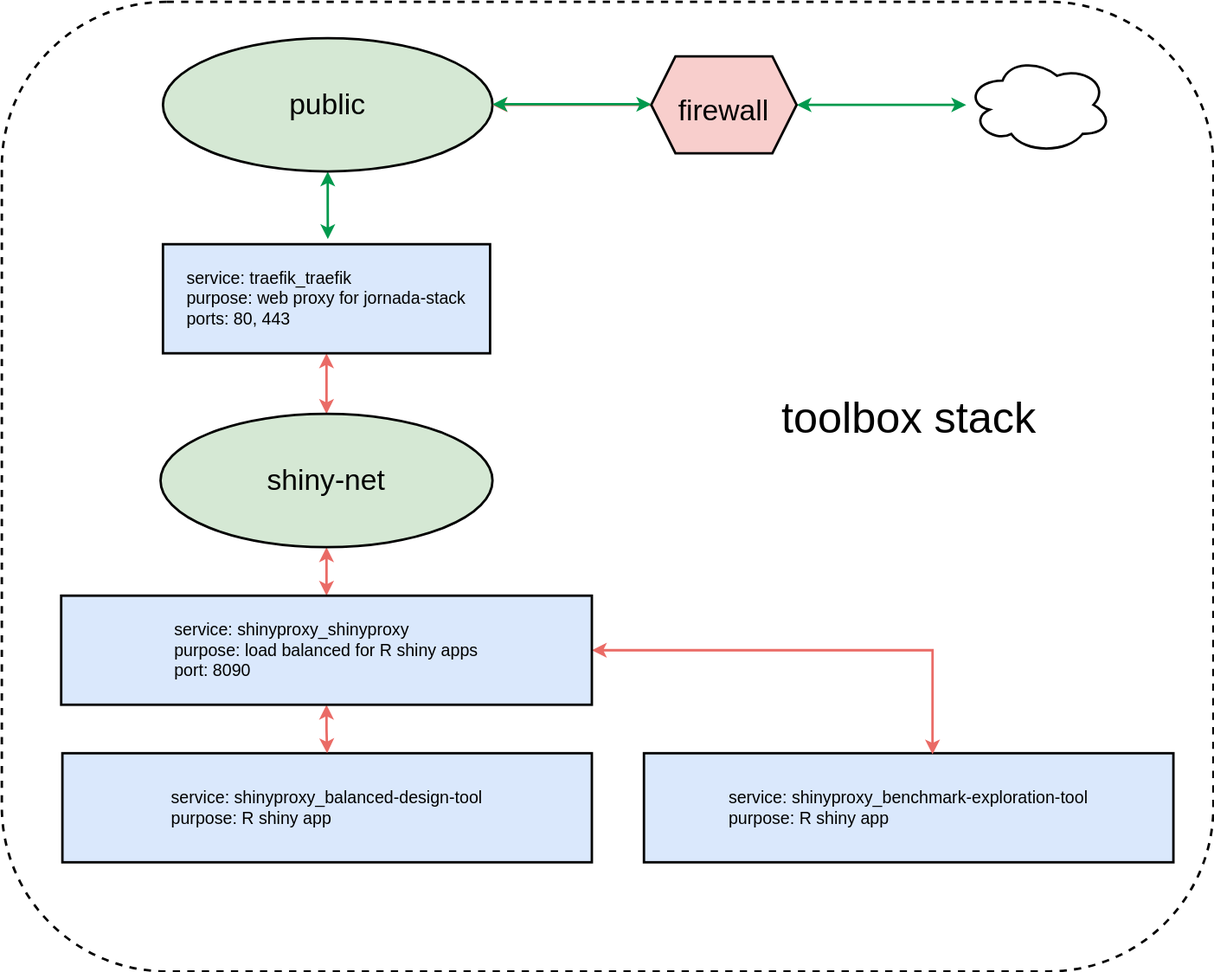
JornadaExperimentalRange/sp-toolbox keeps this draw.io diagram as stack-toolbox.svg. Above is the earlier version. Source tidied: cells renumbered, new cells last; positions are measured from the earlier drawing's top-left corner, leaving out a move shared by most shapes.
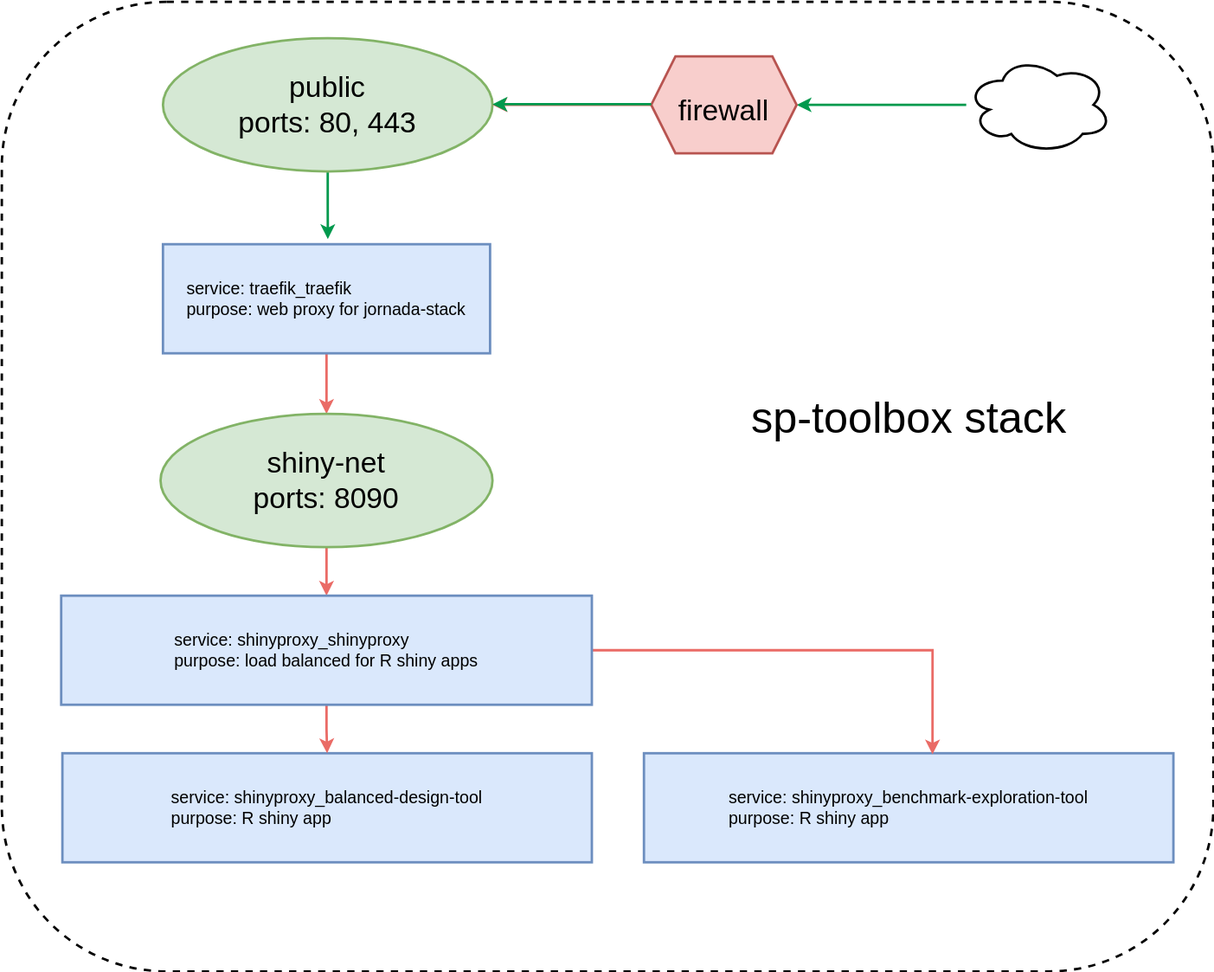
The same diagram one commit later.

Diff of the diagram source:
```diff
@@ -5,43 +5,43 @@
     <mxCell id="2" style="rounded=1;whiteSpace=wrap;html=1;fontSize=24;dashed=1;strokeWidth=2;fillColor=none;arcSize=17;" parent="1" vertex="1">
       <mxGeometry width="1000" height="800" as="geometry" />
     </mxCell>
-    <mxCell id="3" value="&lt;font style=&quot;font-size: 36px;&quot;&gt;toolbox stack&lt;/font&gt;" style="text;html=1;strokeColor=none;fillColor=none;align=center;verticalAlign=middle;whiteSpace=wrap;rounded=0;" parent="1" vertex="1">
+    <mxCell id="3" value="&lt;font style=&quot;font-size: 36px;&quot;&gt;sp-toolbox stack&lt;/font&gt;" style="text;html=1;strokeColor=none;fillColor=none;align=center;verticalAlign=middle;whiteSpace=wrap;rounded=0;" parent="1" vertex="1">
       <mxGeometry x="613.5" y="328" width="270" height="30" as="geometry" />
     </mxCell>
-    <mxCell id="4" style="edgeStyle=orthogonalEdgeStyle;rounded=0;jettySize=auto;html=1;entryX=0.504;entryY=-0.047;entryDx=0;entryDy=0;entryPerimeter=0;fontSize=14;strokeColor=#00994D;strokeWidth=2;startArrow=classic;startFill=1;" parent="1" edge="1" source="5" target="7">
+    <mxCell id="4" style="edgeStyle=orthogonalEdgeStyle;rounded=0;jettySize=auto;html=1;entryX=0.504;entryY=-0.047;entryDx=0;entryDy=0;entryPerimeter=0;fontSize=14;strokeColor=#00994D;strokeWidth=2;" parent="1" edge="1" source="5" target="7">
       <mxGeometry relative="1" as="geometry" />
     </mxCell>
-    <mxCell id="5" value="public" style="ellipse;whiteSpace=wrap;html=1;fontSize=24;fillColor=#d5e8d4;strokeColor=#000000;strokeWidth=2;" parent="1" vertex="1">
+    <mxCell id="5" value="public&lt;br&gt;ports: 80, 443" style="ellipse;whiteSpace=wrap;html=1;fontSize=24;fillColor=#d5e8d4;strokeColor=#82b366;strokeWidth=2;" parent="1" vertex="1">
       <mxGeometry x="133" y="30" width="272" height="110" as="geometry" />
     </mxCell>
-    <mxCell id="6" style="edgeStyle=orthogonalEdgeStyle;rounded=0;jettySize=auto;html=1;strokeColor=#EA6B66;strokeWidth=2;startArrow=classic;startFill=1;" parent="1" edge="1" source="7" target="9">
+    <mxCell id="6" style="edgeStyle=orthogonalEdgeStyle;rounded=0;jettySize=auto;html=1;strokeColor=#EA6B66;strokeWidth=2;" parent="1" edge="1" source="7" target="9">
       <mxGeometry relative="1" as="geometry" />
     </mxCell>
-    <mxCell id="7" value="&lt;div style=&quot;text-align: left;&quot;&gt;&lt;span style=&quot;background-color: initial;&quot;&gt;service: traefik_traefik&lt;/span&gt;&lt;/div&gt;&lt;div style=&quot;text-align: left;&quot;&gt;&lt;span style=&quot;background-color: initial;&quot;&gt;purpose:&amp;nbsp;&lt;/span&gt;&lt;span style=&quot;background-color: initial;&quot;&gt;web proxy for jornada-stack&lt;/span&gt;&lt;/div&gt;&lt;div style=&quot;text-align: left;&quot;&gt;&lt;span style=&quot;background-color: initial;&quot;&gt;ports: 80, 443&lt;/span&gt;&lt;/div&gt;" style="rounded=0;whiteSpace=wrap;html=1;fontSize=14;strokeWidth=2;fillColor=#dae8fc;strokeColor=#000000;" parent="1" vertex="1">
+    <mxCell id="7" value="&lt;div style=&quot;text-align: left;&quot;&gt;&lt;span style=&quot;background-color: initial;&quot;&gt;service: traefik_traefik&lt;/span&gt;&lt;/div&gt;&lt;div style=&quot;text-align: left;&quot;&gt;&lt;span style=&quot;background-color: initial;&quot;&gt;purpose:&amp;nbsp;&lt;/span&gt;&lt;span style=&quot;background-color: initial;&quot;&gt;web proxy for jornada-stack&lt;/span&gt;&lt;/div&gt;" style="rounded=0;whiteSpace=wrap;html=1;fontSize=14;strokeWidth=2;fillColor=#dae8fc;strokeColor=#6c8ebf;" parent="1" vertex="1">
       <mxGeometry x="133" y="200" width="270" height="90" as="geometry" />
     </mxCell>
-    <mxCell id="8" style="edgeStyle=orthogonalEdgeStyle;rounded=0;jettySize=auto;html=1;entryX=0.5;entryY=0;entryDx=0;entryDy=0;strokeColor=#EA6B66;strokeWidth=2;startArrow=classic;startFill=1;" parent="1" edge="1" source="9" target="14">
+    <mxCell id="8" style="edgeStyle=orthogonalEdgeStyle;rounded=0;jettySize=auto;html=1;entryX=0.5;entryY=0;entryDx=0;entryDy=0;strokeColor=#EA6B66;strokeWidth=2;" parent="1" edge="1" source="9" target="14">
       <mxGeometry relative="1" as="geometry" />
     </mxCell>
-    <mxCell id="9" value="shiny-net" style="ellipse;whiteSpace=wrap;html=1;fontSize=24;fillColor=#d5e8d4;strokeColor=#000000;strokeWidth=2;" parent="1" vertex="1">
+    <mxCell id="9" value="shiny-net&lt;br&gt;ports: 8090" style="ellipse;whiteSpace=wrap;html=1;fontSize=24;fillColor=#d5e8d4;strokeColor=#82b366;strokeWidth=2;" parent="1" vertex="1">
       <mxGeometry x="131" y="340" width="274" height="110" as="geometry" />
     </mxCell>
-    <mxCell id="10" value="&lt;div style=&quot;text-align: left;&quot;&gt;&lt;span style=&quot;background-color: initial;&quot;&gt;service: shinyproxy_&lt;/span&gt;&lt;span style=&quot;background-color: initial;&quot;&gt;balanced-design-tool&lt;/span&gt;&lt;/div&gt;&lt;div style=&quot;text-align: left;&quot;&gt;&lt;span style=&quot;background-color: initial;&quot;&gt;purpose:&amp;nbsp;&lt;/span&gt;&lt;span style=&quot;background-color: initial;&quot;&gt;R shiny app&lt;/span&gt;&lt;/div&gt;" style="rounded=0;whiteSpace=wrap;html=1;fontSize=14;strokeWidth=2;fillColor=#dae8fc;strokeColor=#000000;" parent="1" vertex="1">
+    <mxCell id="10" value="&lt;div style=&quot;text-align: left;&quot;&gt;&lt;span style=&quot;background-color: initial;&quot;&gt;service: shinyproxy_&lt;/span&gt;&lt;span style=&quot;background-color: initial;&quot;&gt;balanced-design-tool&lt;/span&gt;&lt;/div&gt;&lt;div style=&quot;text-align: left;&quot;&gt;&lt;span style=&quot;background-color: initial;&quot;&gt;purpose:&amp;nbsp;&lt;/span&gt;&lt;span style=&quot;background-color: initial;&quot;&gt;R shiny app&lt;/span&gt;&lt;/div&gt;" style="rounded=0;whiteSpace=wrap;html=1;fontSize=14;strokeWidth=2;fillColor=#dae8fc;strokeColor=#6c8ebf;" parent="1" vertex="1">
       <mxGeometry x="50" y="620" width="437" height="90" as="geometry" />
     </mxCell>
-    <mxCell id="11" value="&lt;div style=&quot;text-align: left;&quot;&gt;&lt;span style=&quot;background-color: initial;&quot;&gt;service: shinyproxy_&lt;/span&gt;&lt;span style=&quot;background-color: initial;&quot;&gt;benchmark-exploration-tool&lt;/span&gt;&lt;/div&gt;&lt;div style=&quot;text-align: left;&quot;&gt;&lt;span style=&quot;background-color: initial;&quot;&gt;purpose:&amp;nbsp;&lt;/span&gt;&lt;span style=&quot;background-color: initial;&quot;&gt;R shiny app&lt;/span&gt;&lt;/div&gt;" style="rounded=0;whiteSpace=wrap;html=1;fontSize=14;strokeWidth=2;fillColor=#dae8fc;strokeColor=#000000;" parent="1" vertex="1">
+    <mxCell id="11" value="&lt;div style=&quot;text-align: left;&quot;&gt;&lt;span style=&quot;background-color: initial;&quot;&gt;service: shinyproxy_&lt;/span&gt;&lt;span style=&quot;background-color: initial;&quot;&gt;benchmark-exploration-tool&lt;/span&gt;&lt;/div&gt;&lt;div style=&quot;text-align: left;&quot;&gt;&lt;span style=&quot;background-color: initial;&quot;&gt;purpose:&amp;nbsp;&lt;/span&gt;&lt;span style=&quot;background-color: initial;&quot;&gt;R shiny app&lt;/span&gt;&lt;/div&gt;" style="rounded=0;whiteSpace=wrap;html=1;fontSize=14;strokeWidth=2;fillColor=#dae8fc;strokeColor=#6c8ebf;" parent="1" vertex="1">
       <mxGeometry x="530" y="620" width="437" height="90" as="geometry" />
     </mxCell>
-    <mxCell id="12" style="edgeStyle=orthogonalEdgeStyle;rounded=0;jettySize=auto;html=1;exitX=0.5;exitY=1;exitDx=0;exitDy=0;entryX=0.5;entryY=0;entryDx=0;entryDy=0;strokeColor=#EA6B66;strokeWidth=2;startArrow=classic;startFill=1;" parent="1" edge="1" source="14" target="10">
+    <mxCell id="12" style="edgeStyle=orthogonalEdgeStyle;rounded=0;jettySize=auto;html=1;exitX=0.5;exitY=1;exitDx=0;exitDy=0;entryX=0.5;entryY=0;entryDx=0;entryDy=0;strokeColor=#EA6B66;strokeWidth=2;" parent="1" edge="1" source="14" target="10">
       <mxGeometry relative="1" as="geometry" />
     </mxCell>
-    <mxCell id="13" style="edgeStyle=orthogonalEdgeStyle;rounded=0;jettySize=auto;html=1;entryX=0.545;entryY=0.011;entryDx=0;entryDy=0;entryPerimeter=0;strokeColor=#EA6B66;strokeWidth=2;startArrow=classic;startFill=1;" parent="1" edge="1" source="14" target="11">
+    <mxCell id="13" style="edgeStyle=orthogonalEdgeStyle;rounded=0;jettySize=auto;html=1;entryX=0.545;entryY=0.011;entryDx=0;entryDy=0;entryPerimeter=0;strokeColor=#EA6B66;strokeWidth=2;" parent="1" edge="1" source="14" target="11">
       <mxGeometry relative="1" as="geometry" />
     </mxCell>
-    <mxCell id="14" value="&lt;div style=&quot;text-align: left;&quot;&gt;&lt;span style=&quot;background-color: initial;&quot;&gt;service: shinyproxy_&lt;/span&gt;&lt;span style=&quot;background-color: initial;&quot;&gt;shinyproxy&lt;/span&gt;&lt;/div&gt;&lt;div style=&quot;text-align: left;&quot;&gt;&lt;span style=&quot;background-color: initial;&quot;&gt;purpose: load balanced for&amp;nbsp;&lt;/span&gt;&lt;span style=&quot;background-color: initial;&quot;&gt;R shiny apps&lt;/span&gt;&lt;/div&gt;&lt;div style=&quot;text-align: left;&quot;&gt;&lt;span style=&quot;background-color: initial;&quot;&gt;port: 8090&lt;/span&gt;&lt;/div&gt;" style="rounded=0;whiteSpace=wrap;html=1;fontSize=14;strokeWidth=2;fillColor=#dae8fc;strokeColor=#000000;" parent="1" vertex="1">
+    <mxCell id="14" value="&lt;div style=&quot;text-align: left;&quot;&gt;&lt;span style=&quot;background-color: initial;&quot;&gt;service: shinyproxy_&lt;/span&gt;&lt;span style=&quot;background-color: initial;&quot;&gt;shinyproxy&lt;/span&gt;&lt;/div&gt;&lt;div style=&quot;text-align: left;&quot;&gt;&lt;span style=&quot;background-color: initial;&quot;&gt;purpose: load balanced for&amp;nbsp;&lt;/span&gt;&lt;span style=&quot;background-color: initial;&quot;&gt;R shiny apps&lt;/span&gt;&lt;/div&gt;" style="rounded=0;whiteSpace=wrap;html=1;fontSize=14;strokeWidth=2;fillColor=#dae8fc;strokeColor=#6c8ebf;" parent="1" vertex="1">
       <mxGeometry x="49" y="490" width="438" height="90" as="geometry" />
     </mxCell>
-    <mxCell id="15" style="edgeStyle=orthogonalEdgeStyle;rounded=0;jettySize=auto;html=1;entryX=1;entryY=0.5;entryDx=0;entryDy=0;fontSize=24;strokeColor=#00994D;strokeWidth=2;startArrow=classic;startFill=1;" parent="1" edge="1" source="16" target="18">
+    <mxCell id="15" style="edgeStyle=orthogonalEdgeStyle;rounded=0;jettySize=auto;html=1;entryX=1;entryY=0.5;entryDx=0;entryDy=0;fontSize=24;strokeColor=#00994D;strokeWidth=2;" parent="1" edge="1" source="16" target="18">
       <mxGeometry relative="1" as="geometry" />
     </mxCell>
     <mxCell id="16" style="ellipse;shape=cloud;whiteSpace=wrap;html=1;fontSize=36;strokeWidth=2;fillColor=none;" parent="1" vertex="1">
@@ -50,10 +50,10 @@
     <mxCell id="17" style="edgeStyle=orthogonalEdgeStyle;rounded=0;jettySize=auto;html=1;exitX=0;exitY=0.5;exitDx=0;exitDy=0;entryX=1;entryY=0.5;entryDx=0;entryDy=0;fontSize=24;strokeColor=#EA6B66;strokeWidth=2;" parent="1" edge="1" source="18" target="5">
       <mxGeometry relative="1" as="geometry" />
     </mxCell>
-    <mxCell id="18" value="&lt;font style=&quot;font-size: 24px;&quot;&gt;firewall&lt;/font&gt;" style="shape=hexagon;perimeter=hexagonPerimeter2;whiteSpace=wrap;html=1;fixedSize=1;fontSize=36;strokeWidth=2;fillColor=#f8cecc;strokeColor=#000000;" parent="1" vertex="1">
+    <mxCell id="18" value="&lt;font style=&quot;font-size: 24px;&quot;&gt;firewall&lt;/font&gt;" style="shape=hexagon;perimeter=hexagonPerimeter2;whiteSpace=wrap;html=1;fixedSize=1;fontSize=36;strokeWidth=2;fillColor=#f8cecc;strokeColor=#b85450;" parent="1" vertex="1">
       <mxGeometry x="536" y="45" width="120" height="80" as="geometry" />
     </mxCell>
-    <mxCell id="19" style="edgeStyle=orthogonalEdgeStyle;rounded=0;orthogonalLoop=1;jettySize=auto;html=1;exitX=0;exitY=0.5;exitDx=0;exitDy=0;entryX=1;entryY=0.5;entryDx=0;entryDy=0;fontSize=24;strokeColor=#00994D;strokeWidth=2;startArrow=classic;startFill=1;" parent="1" edge="1">
+    <mxCell id="19" style="edgeStyle=orthogonalEdgeStyle;rounded=0;orthogonalLoop=1;jettySize=auto;html=1;exitX=0;exitY=0.5;exitDx=0;exitDy=0;entryX=1;entryY=0.5;entryDx=0;entryDy=0;fontSize=24;strokeColor=#00994D;strokeWidth=2;" parent="1" edge="1">
       <mxGeometry relative="1" as="geometry">
         <mxPoint x="536" y="84.5" as="sourcePoint" />
         <mxPoint x="405" y="84.5" as="targetPoint" />
```
